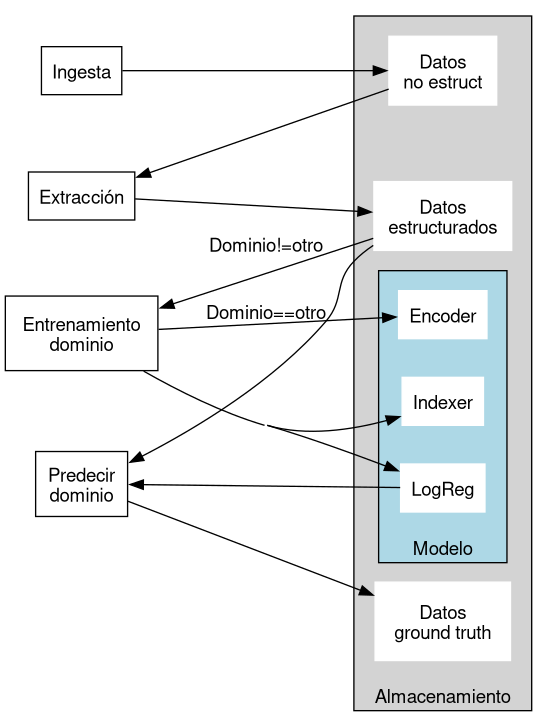
Before: 4_sem/thesis/s20_final/gviz/arq.png, a diagram exported from Graphviz (mitsiu-carreno/data_science_content). Its source is kept beside it as 4_sem/thesis/s20_final/gviz/arq.gv. Source of this version:
```dot
digraph G {
  # dot -Tsvg file.gv -o file.sgv | kitty icat file.svg

  fontname="Helvetica,Arial,sans-serif"
  node [fontname="Helvetica,Arial,sans-serif"]
  edge [fontname="Helvetica,Arial,sans-serif"]
  concentrate=True;

  rankdir=LR;
  node [shape=box]
  ranksep=1
  nodesep=0.4
  splines=true

  ingesta [label="Ingesta"];
  extract [label="Extracción"];
  train [label="Entrenamiento\ndominio", margin=0.18];


  subgraph cluster_0 {
    style=filled

    node [style=filled, color=white]
    label="Almacenamiento"margin=15
    labelloc="bottom";
    df_raw [label="Datos\nno estruct", margin=0.15]
    df_known [label="Datos\nestructurados", margin=0.15];

    subgraph cluster_1 {
      rankdir=TB
      style=filled
      bgcolor = lightblue;
      label="Modelo"
      labelloc="bottom"
      Encoder;
      Indexer;
      LogReg;
    }

    df_pred [label="Datos\nground truth", margin=0.20];
    { rank = same; df_raw; df_known; df_pred;}
  }

  predict [label="Predecir\ndominio", margin=0.13];

  # Asegurar orden
  ingesta -> extract [style=invis, nodesep=0.3];
  extract -> train [style=invis];
  train -> predict [style=invis];


  df_raw -> df_known [style=invis];
  #df_known -> Encoder [style=invis];
  #LogReg -> df_pred [style=invis];

  ingesta -> df_raw;
  df_raw -> extract;
  extract -> df_known;
  df_known -> train [label="Dominio!=otro"];
  train -> Encoder;
  train -> Indexer;
  train -> LogReg;
  LogReg -> predict;
  predict -> df_pred;
  df_known -> predict [label="Dominio==otro"];
  #df_known -> df_pred [label="!otro",bend=30];

  { rank = same; ingesta; extract; train; predict}
}
```
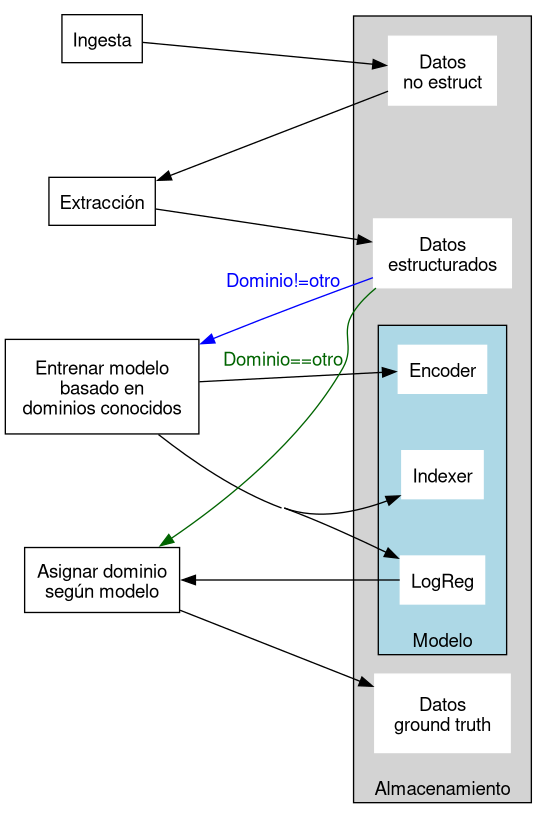
After the commit.

Change to the diagram source:
```diff
@@ -8,13 +8,13 @@
 
   rankdir=LR;
   node [shape=box]
-  ranksep=1
-  nodesep=0.4
+  #ranksep=1.5
+  nodesep=0.6
   splines=true
 
   ingesta [label="Ingesta"];
   extract [label="Extracción"];
-  train [label="Entrenamiento\ndominio", margin=0.18];
+  train [label="Entrenar modelo\nbasado en\ndominios conocidos", margin=0.18];
 
 
   subgraph cluster_0 {
@@ -41,7 +41,7 @@
     { rank = same; df_raw; df_known; df_pred;}
   }
 
-  predict [label="Predecir\ndominio", margin=0.13];
+  predict [label="Asignar dominio\nsegún modelo", margin=0.13];
 
   # Asegurar orden
   ingesta -> extract [style=invis, nodesep=0.3];
@@ -56,14 +56,17 @@
   ingesta -> df_raw;
   df_raw -> extract;
   extract -> df_known;
-  df_known -> train [label="Dominio!=otro"];
+  df_known -> train [label="Dominio!=otro" color=blue fontcolor=blue];
   train -> Encoder;
   train -> Indexer;
   train -> LogReg;
   LogReg -> predict;
+  #Indexer -> predict;
+  #Encoder -> predict;
   predict -> df_pred;
-  df_known -> predict [label="Dominio==otro"];
-  #df_known -> df_pred [label="!otro",bend=30];
+  df_known -> predict [label="Dominio==otro" color=darkgreen fontcolor=darkgreen];
+  #df_known -> df_pred [label="Dominio!=otro" color=purple fontcolor=purple];
 
-  { rank = same; ingesta; extract; train; predict}
+  { rank = same; ingesta; extract; train; predict; }
+  #{ rank = same; predict;}
 }
```
